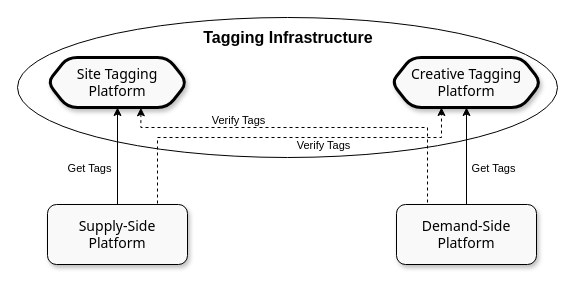
This is page "Tagging" (6 of 6) of protocol/infrastructure/index.drawio from adshares/adshares-docs, a draw.io file, before an edit. Source tidied: cells renumbered, new cells numbered last; positions are measured from the earlier drawing's top-left corner, leaving out a move shared by most shapes. Both pictures are drawn from the tidied source at 100%, with x=0, y=0 at pixel (17, 17).
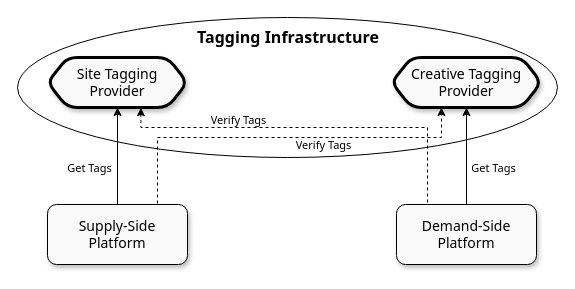
The same page after the edit.

The change refers to these unchanged cells:
```xml
<mxCell id="3" style="edgeStyle=orthogonalEdgeStyle;rounded=0;jettySize=auto;html=1;entryX=0.5;entryY=1;entryDx=0;entryDy=0;fontColor=#000000;strokeColor=#000000;shadow=0;" parent="1" edge="1" source="7" target="13">
  <mxGeometry relative="1" as="geometry" />
</mxCell>
<mxCell id="5" style="edgeStyle=orthogonalEdgeStyle;rounded=0;jettySize=auto;html=1;entryX=0.333;entryY=1;entryDx=0;entryDy=0;exitX=0.75;exitY=0;exitDx=0;exitDy=0;dashed=1;entryPerimeter=0;" parent="1" edge="1" source="7" target="12">
  <mxGeometry relative="1" as="geometry">
    <Array as="points">
      <mxPoint x="140" y="187" />
      <mxPoint x="140" y="120" />
      <mxPoint x="424" y="120" />
    </Array>
  </mxGeometry>
</mxCell>
<mxCell id="8" style="edgeStyle=orthogonalEdgeStyle;rounded=0;jettySize=auto;html=1;entryX=0.5;entryY=1;entryDx=0;entryDy=0;fontColor=#000000;strokeColor=#000000;shadow=0;" parent="1" edge="1" source="11" target="12">
  <mxGeometry relative="1" as="geometry" />
</mxCell>
```

The edit, as a diff of the source:
```diff
@@
-    <mxCell id="4" value="Get Tags" style="edgeLabel;html=1;align=center;verticalAlign=middle;labelBackgroundColor=none;" parent="3" vertex="1">
+    <mxCell id="4" value="&lt;font face=&quot;Tahoma&quot;&gt;Get Tags&lt;/font&gt;" style="edgeLabel;html=1;align=center;verticalAlign=middle;labelBackgroundColor=none;" parent="3" vertex="1">
       <mxGeometry x="-0.15" relative="1" as="geometry">
         <mxPoint x="-29" y="4" as="offset" />
       </mxGeometry>
     </mxCell>
@@
-    <mxCell id="6" value="Verify Tags" style="edgeLabel;html=1;align=center;verticalAlign=middle;labelBackgroundColor=none;" parent="5" vertex="1">
+    <mxCell id="6" value="&lt;font face=&quot;Tahoma&quot;&gt;Verify Tags&lt;/font&gt;" style="edgeLabel;html=1;align=center;verticalAlign=middle;labelBackgroundColor=none;" parent="5" vertex="1">
       <mxGeometry x="0.23" relative="1" as="geometry">
         <mxPoint y="7" as="offset" />
       </mxGeometry>
     </mxCell>
-    <mxCell id="7" value="&lt;span style=&quot;font-family: &amp;quot;HCo Gotham&amp;quot;, system-ui, -apple-system, &amp;quot;Segoe UI&amp;quot;, Roboto, &amp;quot;Helvetica Neue&amp;quot;, Arial, &amp;quot;Noto Sans&amp;quot;, &amp;quot;Liberation Sans&amp;quot;, sans-serif, &amp;quot;Apple Color Emoji&amp;quot;, &amp;quot;Segoe UI Emoji&amp;quot;, &amp;quot;Segoe UI Symbol&amp;quot;, &amp;quot;Noto Color Emoji&amp;quot;; text-align: start;&quot;&gt;&lt;font style=&quot;font-size: 14px;&quot;&gt;Supply-Side &lt;br&gt;Platform&lt;/font&gt;&lt;/span&gt;" style="rounded=1;whiteSpace=wrap;html=1;shadow=1;glass=0;fontColor=#000000;strokeColor=#000000;fillColor=#F9F9F9;" parent="1" vertex="1">
+    <mxCell id="7" value="&lt;span style=&quot;text-align: start;&quot;&gt;&lt;font face=&quot;Tahoma&quot; style=&quot;font-size: 14px;&quot;&gt;Supply-Side &lt;br&gt;Platform&lt;/font&gt;&lt;/span&gt;" style="rounded=1;whiteSpace=wrap;html=1;shadow=1;glass=0;fontColor=#000000;strokeColor=#000000;fillColor=#F9F9F9;" parent="1" vertex="1">
       <mxGeometry x="30" y="187" width="140" height="60" as="geometry" />
     </mxCell>
@@
-    <mxCell id="9" value="Get Tags" style="edgeLabel;html=1;align=center;verticalAlign=middle;labelBackgroundColor=none;" parent="8" vertex="1">
+    <mxCell id="9" value="&lt;font face=&quot;Tahoma&quot;&gt;Get Tags&lt;/font&gt;" style="edgeLabel;html=1;align=center;verticalAlign=middle;labelBackgroundColor=none;" parent="8" vertex="1">
       <mxGeometry x="-0.2" relative="1" as="geometry">
         <mxPoint x="26" y="2" as="offset" />
       </mxGeometry>
     </mxCell>
@@
-    <mxCell id="11" value="&lt;span style=&quot;border-color: var(--border-color); font-family: &amp;quot;HCo Gotham&amp;quot;, system-ui, -apple-system, &amp;quot;Segoe UI&amp;quot;, Roboto, &amp;quot;Helvetica Neue&amp;quot;, Arial, &amp;quot;Noto Sans&amp;quot;, &amp;quot;Liberation Sans&amp;quot;, sans-serif, &amp;quot;Apple Color Emoji&amp;quot;, &amp;quot;Segoe UI Emoji&amp;quot;, &amp;quot;Segoe UI Symbol&amp;quot;, &amp;quot;Noto Color Emoji&amp;quot;; text-align: start;&quot;&gt;&lt;font style=&quot;border-color: var(--border-color); font-size: 14px;&quot;&gt;Demand-Side Platform&lt;/font&gt;&lt;/span&gt;" style="rounded=1;whiteSpace=wrap;html=1;fontColor=#000000;strokeColor=#000000;shadow=1;fillColor=#F9F9F9;" parent="1" vertex="1">
+    <mxCell id="11" value="&lt;span style=&quot;border-color: var(--border-color); text-align: start;&quot;&gt;&lt;font face=&quot;Tahoma&quot; style=&quot;border-color: var(--border-color); font-size: 14px;&quot;&gt;Demand-Side Platform&lt;/font&gt;&lt;/span&gt;" style="rounded=1;whiteSpace=wrap;html=1;fontColor=#000000;strokeColor=#000000;shadow=1;fillColor=#F9F9F9;" parent="1" vertex="1">
       <mxGeometry x="379" y="187" width="140" height="60" as="geometry" />
     </mxCell>
-    <mxCell id="12" value="&lt;span style=&quot;font-family: &amp;quot;HCo Gotham&amp;quot;, system-ui, -apple-system, &amp;quot;Segoe UI&amp;quot;, Roboto, &amp;quot;Helvetica Neue&amp;quot;, Arial, &amp;quot;Noto Sans&amp;quot;, &amp;quot;Liberation Sans&amp;quot;, sans-serif, &amp;quot;Apple Color Emoji&amp;quot;, &amp;quot;Segoe UI Emoji&amp;quot;, &amp;quot;Segoe UI Symbol&amp;quot;, &amp;quot;Noto Color Emoji&amp;quot;; text-align: start;&quot;&gt;&lt;font style=&quot;font-size: 14px;&quot;&gt;Creative Tagging Platform&lt;/font&gt;&lt;/span&gt;&lt;b&gt;&lt;br&gt;&lt;/b&gt;" style="shape=hexagon;perimeter=hexagonPerimeter2;whiteSpace=wrap;html=1;fixedSize=1;fontColor=#000000;strokeColor=#000000;shadow=1;fillColor=#F9F9F9;rounded=1;strokeWidth=3;" parent="1" vertex="1">
+    <mxCell id="12" value="&lt;span style=&quot;text-align: start;&quot;&gt;&lt;font face=&quot;Tahoma&quot; style=&quot;font-size: 14px;&quot;&gt;Creative Tagging Provider&lt;/font&gt;&lt;/span&gt;&lt;b&gt;&lt;br&gt;&lt;/b&gt;" style="shape=hexagon;perimeter=hexagonPerimeter2;whiteSpace=wrap;html=1;fixedSize=1;fontColor=#000000;strokeColor=#000000;shadow=1;fillColor=#F9F9F9;rounded=1;strokeWidth=3;" parent="1" vertex="1">
       <mxGeometry x="374" y="40" width="150" height="50" as="geometry" />
     </mxCell>
-    <mxCell id="13" value="&lt;span style=&quot;font-family: &amp;quot;HCo Gotham&amp;quot;, system-ui, -apple-system, &amp;quot;Segoe UI&amp;quot;, Roboto, &amp;quot;Helvetica Neue&amp;quot;, Arial, &amp;quot;Noto Sans&amp;quot;, &amp;quot;Liberation Sans&amp;quot;, sans-serif, &amp;quot;Apple Color Emoji&amp;quot;, &amp;quot;Segoe UI Emoji&amp;quot;, &amp;quot;Segoe UI Symbol&amp;quot;, &amp;quot;Noto Color Emoji&amp;quot;; text-align: start;&quot;&gt;&lt;font style=&quot;font-size: 14px;&quot;&gt;Site Tagging&lt;br&gt;Platform&lt;/font&gt;&lt;/span&gt;" style="shape=hexagon;perimeter=hexagonPerimeter2;whiteSpace=wrap;html=1;fixedSize=1;fontColor=#000000;strokeColor=#000000;shadow=1;fillColor=#F9F9F9;rounded=1;strokeWidth=3;" parent="1" vertex="1">
+    <mxCell id="13" value="&lt;span style=&quot;text-align: start;&quot;&gt;&lt;font face=&quot;Tahoma&quot; style=&quot;font-size: 14px;&quot;&gt;Site Tagging&lt;br&gt;Provider&lt;/font&gt;&lt;/span&gt;" style="shape=hexagon;perimeter=hexagonPerimeter2;whiteSpace=wrap;html=1;fixedSize=1;fontColor=#000000;strokeColor=#000000;shadow=1;fillColor=#F9F9F9;rounded=1;strokeWidth=3;" parent="1" vertex="1">
       <mxGeometry x="30" y="40" width="140" height="50" as="geometry" />
     </mxCell>
-    <mxCell id="14" value="&lt;font style=&quot;font-size: 16px;&quot;&gt;Tagging Infrastructure&lt;/font&gt;" style="text;html=1;strokeColor=none;fillColor=none;align=center;verticalAlign=middle;whiteSpace=wrap;rounded=0;dashed=1;fontColor=#000000;shadow=0;fontStyle=1;" parent="1" vertex="1">
+    <mxCell id="14" value="&lt;font face=&quot;Tahoma&quot; style=&quot;font-size: 16px;&quot;&gt;Tagging Infrastructure&lt;/font&gt;" style="text;html=1;strokeColor=none;fillColor=none;align=center;verticalAlign=middle;whiteSpace=wrap;rounded=0;dashed=1;fontColor=#000000;shadow=0;fontStyle=1;" parent="1" vertex="1">
       <mxGeometry x="171" y="10" width="200" height="20" as="geometry" />
     </mxCell>
-    <mxCell id="15" value="Verify Tags" style="edgeLabel;html=1;align=center;verticalAlign=middle;labelBackgroundColor=none;" parent="1" vertex="1">
+    <mxCell id="15" value="&lt;font face=&quot;Tahoma&quot;&gt;Verify Tags&lt;/font&gt;" style="edgeLabel;html=1;align=center;verticalAlign=middle;labelBackgroundColor=none;" parent="1" vertex="1">
       <mxGeometry x="220" y="102" as="geometry" />
     </mxCell>
```
